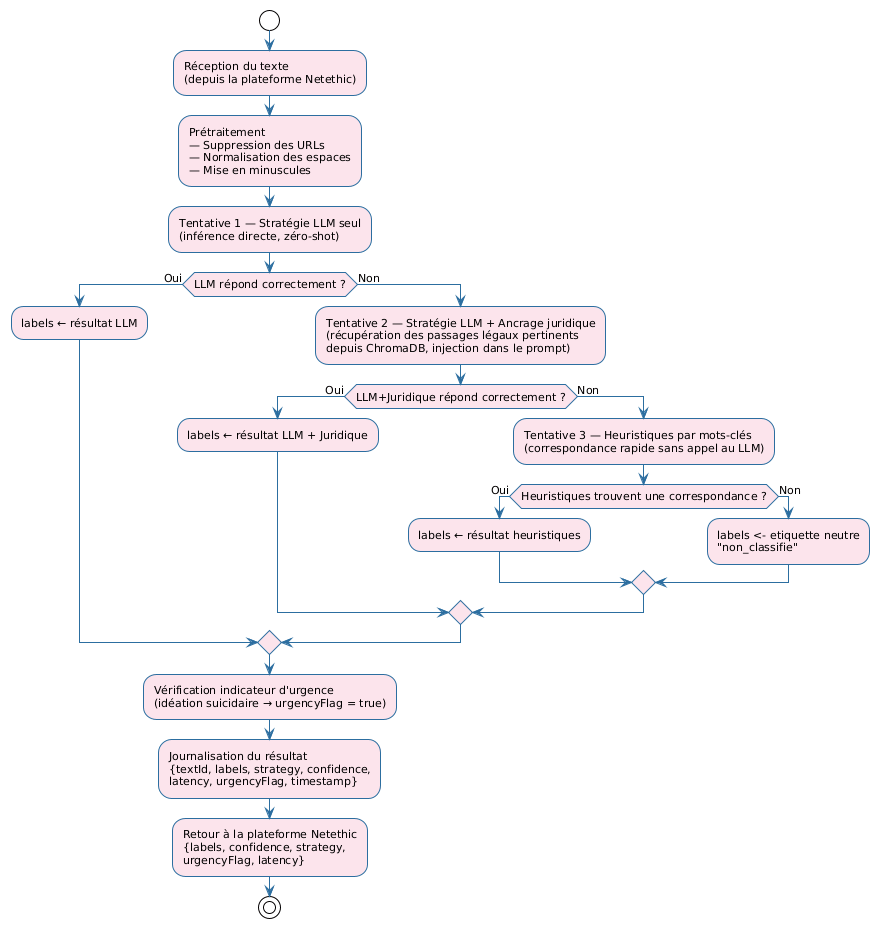
The PlantUML diagram diagramme/10_activite_classificateur.png in RedFalcon22/Rapport_ISTIC_2025_2026_v2, before a commit.
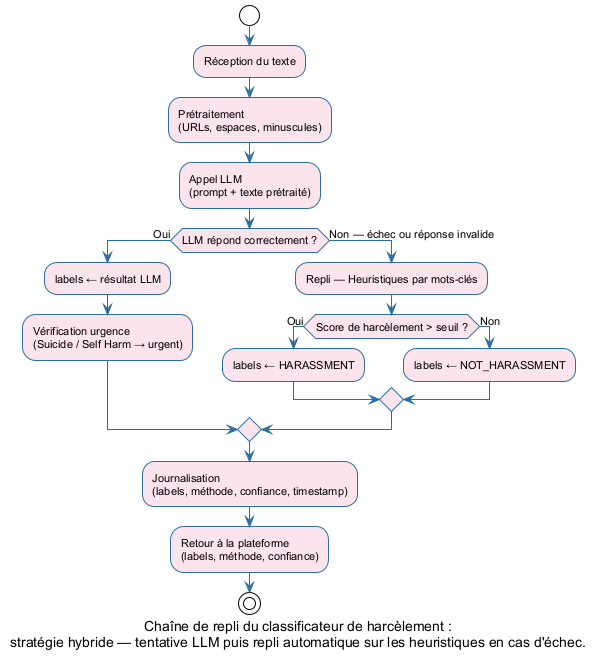
Later version of the same file.

The edit, as a diff of the source:
```diff
@@ -1,5 +1,4 @@
-@startuml
-
+@startuml activite_classificateur
 !theme plain
 skinparam activityBorderColor #2C6EA0
 skinparam activityBackgroundColor #FCE4EC
@@ -9,42 +8,38 @@
 skinparam defaultFontName Arial
 skinparam defaultFontSize 11
 
+caption Chaîne de repli du classificateur de harcèlement :\nstratégie hybride — tentative LLM puis repli automatique sur les heuristiques en cas d'échec.
 
 start
 
-:Réception du texte\n(depuis la plateforme Netethic);
+:Réception du texte;
 
-:Prétraitement\n— Suppression des URLs\n— Normalisation des espaces\n— Mise en minuscules;
+:Prétraitement\n(URLs, espaces, minuscules);
 
-:Tentative 1 — Stratégie LLM seul\n(inférence directe, zéro-shot);
+:Appel LLM\n(prompt + texte prétraité);
 
 if (LLM répond correctement ?) then (Oui)
+
   :labels ← résultat LLM;
-else (Non)
 
-  :Tentative 2 — Stratégie LLM + Ancrage juridique\n(récupération des passages légaux pertinents\ndepuis ChromaDB, injection dans le prompt);
+  :Vérification urgence\n(Suicide / Self Harm → urgent);
 
-  if (LLM+Juridique répond correctement ?) then (Oui)
-    :labels ← résultat LLM + Juridique;
+else (Non — échec ou réponse invalide)
+
+  :Repli — Heuristiques par mots-clés;
+
+  if (Score de harcèlement > seuil ?) then (Oui)
+    :labels ← HARASSMENT;
   else (Non)
-
-    :Tentative 3 — Heuristiques par mots-clés\n(correspondance rapide sans appel au LLM);
-
-    if (Heuristiques trouvent une correspondance ?) then (Oui)
-      :labels ← résultat heuristiques;
-    else (Non)
-      :labels <- etiquette neutre\n"non_classifie";
-    endif
-
+    :labels ← NOT_HARASSMENT;
   endif
 
 endif
 
-:Vérification indicateur d'urgence\n(idéation suicidaire → urgencyFlag = true);
+:Journalisation\n(labels, méthode, confiance, timestamp);
 
-:Journalisation du résultat\n{textId, labels, strategy, confidence,\nlatency, urgencyFlag, timestamp};
-
-:Retour à la plateforme Netethic\n{labels, confidence, strategy,\nurgencyFlag, latency};
+:Retour à la plateforme\n(labels, méthode, confiance);
 
 stop
+
 @enduml
```
